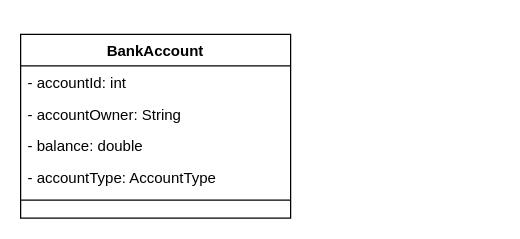
Before: W2-S2 - PRACTICE - Dart OOP/Untitled Diagram.drawio in Sovannrathh/Flutter-Course, a draw.io diagram. Source tidied: cells renumbered, new cells numbered last; positions are measured from the earlier drawing's top-left corner, leaving out a move shared by most shapes. Both pictures are drawn from the tidied source at 125%, with x=0, y=0 at pixel (20, 34).
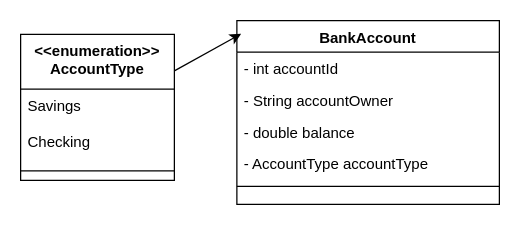
The same page after the edit.

The edit, as a diff of the source:
```diff
@@
 <mxGraphModel>
   <root>
     <mxCell id="0" />
     <mxCell id="1" parent="0" />
-    <mxCell id="2" value="BankAccount" style="swimlane;fontStyle=1;align=center;verticalAlign=top;horizontal=1;startSize=25.272727272727273;" parent="1" vertex="1">
-      <mxGeometry width="216" height="147" as="geometry" />
+    <mxCell id="2" value="&lt;&lt;enumeration&gt;&gt;&#10;AccountType" style="swimlane;fontStyle=1;align=center;verticalAlign=top;horizontal=1;startSize=43.72499942779541;" parent="1" vertex="1">
+      <mxGeometry width="123" height="116.7" as="geometry" />
     </mxCell>
-    <mxCell id="3" value="- accountId: int" style="text;strokeColor=none;fillColor=none;align=left;verticalAlign=top;spacingLeft=4;spacingRight=4;overflow=hidden;" parent="2" vertex="1">
-      <mxGeometry y="25" width="216" height="25" as="geometry" />
+    <mxCell id="3" value="Savings" style="text;strokeColor=none;fillColor=none;align=left;verticalAlign=top;spacingLeft=4;spacingRight=4;overflow=hidden;" parent="2" vertex="1">
+      <mxGeometry y="43.7" width="123" height="29" as="geometry" />
     </mxCell>
-    <mxCell id="4" value="- accountOwner: String" style="text;strokeColor=none;fillColor=none;align=left;verticalAlign=top;spacingLeft=4;spacingRight=4;overflow=hidden;" parent="2" vertex="1">
-      <mxGeometry y="51" width="216" height="25" as="geometry" />
+    <mxCell id="4" value="Checking" style="text;strokeColor=none;fillColor=none;align=left;verticalAlign=top;spacingLeft=4;spacingRight=4;overflow=hidden;" parent="2" vertex="1">
+      <mxGeometry y="72.7" width="123" height="29" as="geometry" />
     </mxCell>
-    <mxCell id="5" value="- balance: double" style="text;strokeColor=none;fillColor=none;align=left;verticalAlign=top;spacingLeft=4;spacingRight=4;overflow=hidden;" parent="2" vertex="1">
-      <mxGeometry y="76" width="216" height="25" as="geometry" />
+    <mxCell id="5" style="line;strokeWidth=1;fillColor=none;align=left;verticalAlign=middle;spacingTop=-1;spacingLeft=3;spacingRight=3;labelPosition=right;strokeColor=inherit;" parent="2" vertex="1">
+      <mxGeometry y="101.7" width="123" height="15" as="geometry" />
     </mxCell>
-    <mxCell id="6" value="- accountType: AccountType" style="text;strokeColor=none;fillColor=none;align=left;verticalAlign=top;spacingLeft=4;spacingRight=4;overflow=hidden;points=[[0,0.5],[1,0.5]];portConstraint=eastwest;" parent="2" vertex="1">
-      <mxGeometry y="101" width="216" height="25" as="geometry" />
+    <mxCell id="6" value="BankAccount" style="swimlane;fontStyle=1;align=center;verticalAlign=top;horizontal=1;startSize=25.272727272727273;" parent="1" vertex="1">
+      <mxGeometry x="173" y="-11" width="210" height="147" as="geometry" />
     </mxCell>
-    <mxCell id="7" style="line;strokeWidth=1;fillColor=none;align=left;verticalAlign=middle;spacingTop=-1;spacingLeft=3;spacingRight=3;labelPosition=right;strokeColor=inherit;" parent="2" vertex="1">
-      <mxGeometry y="126" width="216" height="13" as="geometry" />
+    <mxCell id="7" value="- int accountId" style="text;strokeColor=none;fillColor=none;align=left;verticalAlign=top;spacingLeft=4;spacingRight=4;overflow=hidden;" parent="6" vertex="1">
+      <mxGeometry y="25" width="210" height="25" as="geometry" />
     </mxCell>
+    <mxCell id="8" value="- String accountOwner" style="text;strokeColor=none;fillColor=none;align=left;verticalAlign=top;spacingLeft=4;spacingRight=4;overflow=hidden;" parent="6" vertex="1">
+      <mxGeometry y="51" width="210" height="25" as="geometry" />
+    </mxCell>
+    <mxCell id="9" value="- double balance" style="text;strokeColor=none;fillColor=none;align=left;verticalAlign=top;spacingLeft=4;spacingRight=4;overflow=hidden;" parent="6" vertex="1">
+      <mxGeometry y="76" width="210" height="25" as="geometry" />
+    </mxCell>
+    <mxCell id="10" value="- AccountType accountType" style="text;strokeColor=none;fillColor=none;align=left;verticalAlign=top;spacingLeft=4;spacingRight=4;overflow=hidden;" parent="6" vertex="1">
+      <mxGeometry y="101" width="210" height="25" as="geometry" />
+    </mxCell>
+    <mxCell id="11" style="line;strokeWidth=1;fillColor=none;align=left;verticalAlign=middle;spacingTop=-1;spacingLeft=3;spacingRight=3;labelPosition=right;strokeColor=inherit;" parent="6" vertex="1">
+      <mxGeometry y="126" width="210" height="13" as="geometry" />
+    </mxCell>
+    <mxCell id="12" style="edgeStyle=none;rounded=0;jettySize=auto;html=1;exitX=1;exitY=0.25;exitDx=0;exitDy=0;entryX=0.016;entryY=0.072;entryDx=0;entryDy=0;entryPerimeter=0;" parent="1" edge="1" source="2" target="6">
+      <mxGeometry relative="1" as="geometry" />
+    </mxCell>
   </root>
 </mxGraphModel>
```
